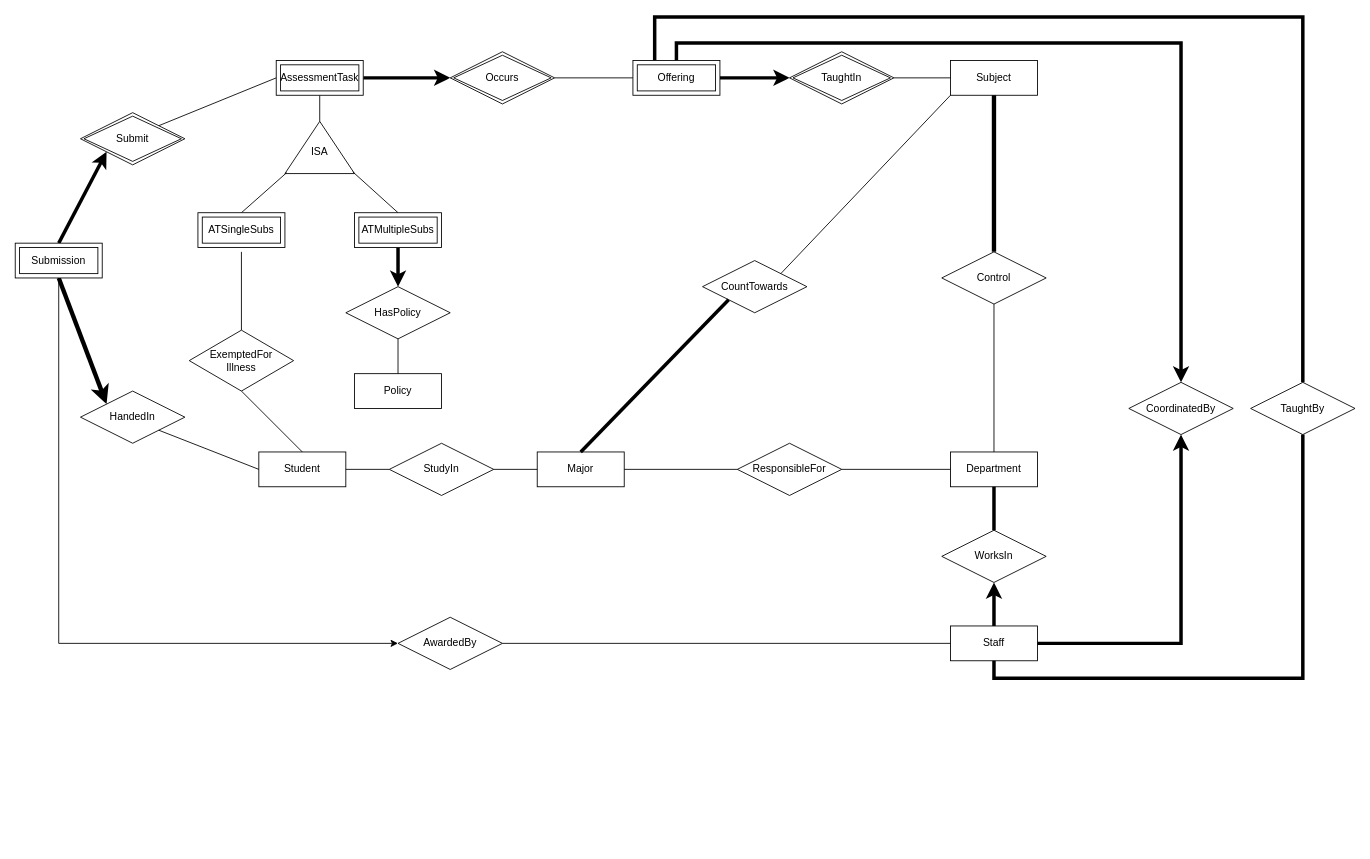
Above: isys2120a2.drawio in NguyenChHieu/graphs (draw.io), before the change. Source tidied: cells renumbered, new cells numbered last; positions are measured from the earlier drawing's top-left corner, leaving out a move shared by most shapes. Both pictures are drawn from the tidied source at 87%, with x=0, y=0 at pixel (15, 17).
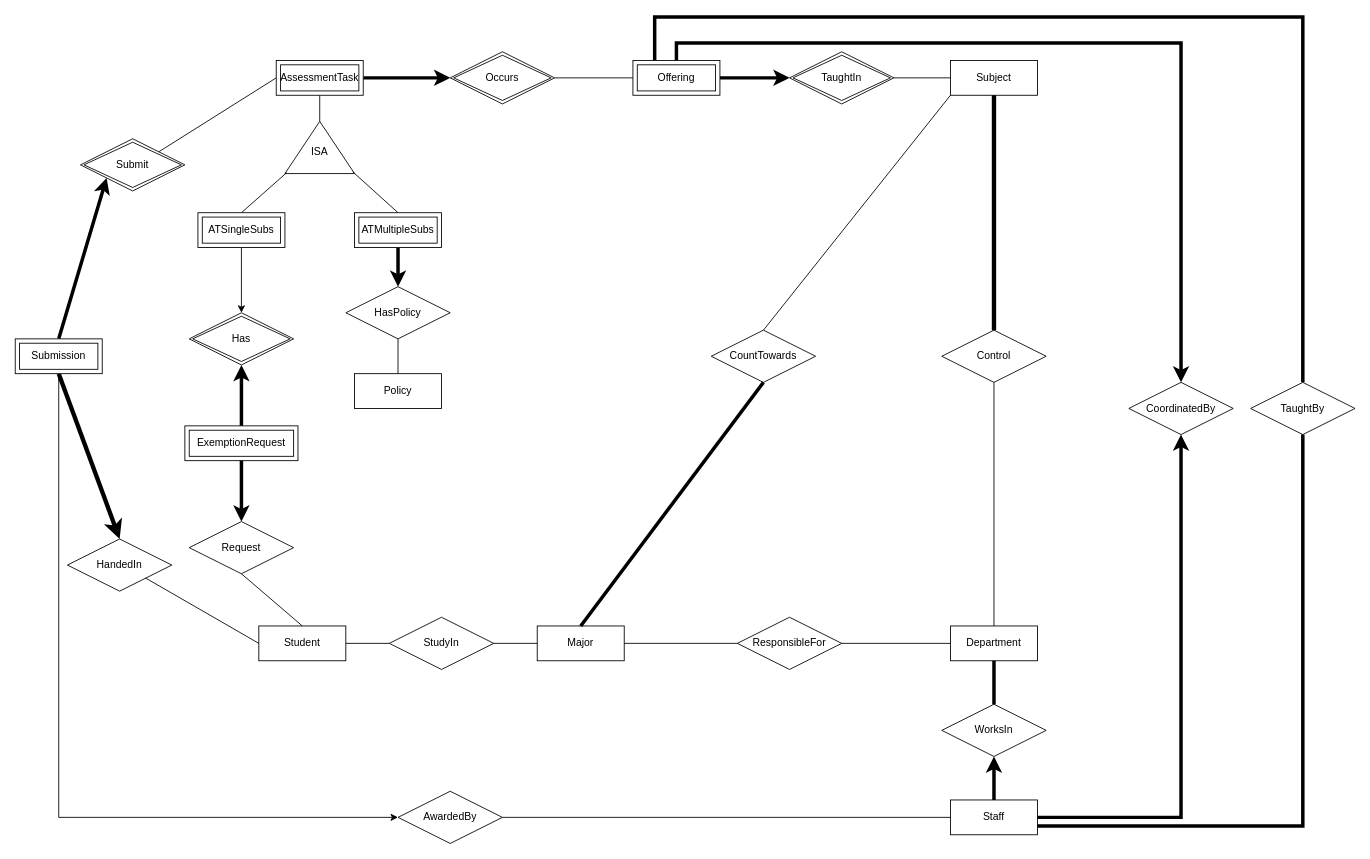
Above is the later version.

The change refers to these unchanged cells:
```xml
<mxCell id="4" value="Subject" style="whiteSpace=wrap;html=1;align=center;" parent="1" vertex="1">
  <mxGeometry x="1075" y="50" width="100" height="40" as="geometry" />
</mxCell>
<mxCell id="46" value="CoordinatedBy" style="shape=rhombus;perimeter=rhombusPerimeter;whiteSpace=wrap;html=1;align=center;" parent="1" vertex="1">
  <mxGeometry x="1280" y="420" width="120" height="60" as="geometry" />
</mxCell>
<mxCell id="49" value="TaughtBy" style="shape=rhombus;perimeter=rhombusPerimeter;whiteSpace=wrap;html=1;align=center;" parent="1" vertex="1">
  <mxGeometry x="1420" y="420" width="120" height="60" as="geometry" />
</mxCell>
<mxCell id="58" value="ATSingleSubs" style="shape=ext;margin=3;double=1;whiteSpace=wrap;html=1;align=center;" parent="1" vertex="1">
  <mxGeometry x="210" y="225" width="100" height="40" as="geometry" />
</mxCell>
```

Change to the diagram source:
```diff
@@
     <mxCell id="2" value="Student" style="whiteSpace=wrap;html=1;align=center;" parent="1" vertex="1">
-      <mxGeometry x="280" y="500" width="100" height="40" as="geometry" />
+      <mxGeometry x="280" y="700" width="100" height="40" as="geometry" />
     </mxCell>
     <mxCell id="3" value="Staff" style="whiteSpace=wrap;html=1;align=center;" parent="1" vertex="1">
-      <mxGeometry x="1075" y="700" width="100" height="40" as="geometry" />
+      <mxGeometry x="1075" y="900" width="100" height="40" as="geometry" />
     </mxCell>
@@
     <mxCell id="5" value="Department" style="whiteSpace=wrap;html=1;align=center;" parent="1" vertex="1">
-      <mxGeometry x="1075" y="500" width="100" height="40" as="geometry" />
+      <mxGeometry x="1075" y="700" width="100" height="40" as="geometry" />
     </mxCell>
     <mxCell id="6" value="Major" style="whiteSpace=wrap;html=1;align=center;" parent="1" vertex="1">
-      <mxGeometry x="600" y="500" width="100" height="40" as="geometry" />
+      <mxGeometry x="600" y="700" width="100" height="40" as="geometry" />
     </mxCell>
     <mxCell id="7" value="StudyIn" style="shape=rhombus;perimeter=rhombusPerimeter;whiteSpace=wrap;html=1;align=center;" parent="1" vertex="1">
-      <mxGeometry x="430" y="490" width="120" height="60" as="geometry" />
+      <mxGeometry x="430" y="690" width="120" height="60" as="geometry" />
     </mxCell>
@@
     <mxCell id="10" value="WorksIn" style="shape=rhombus;perimeter=rhombusPerimeter;whiteSpace=wrap;html=1;align=center;" parent="1" vertex="1">
-      <mxGeometry x="1065" y="590" width="120" height="60" as="geometry" />
+      <mxGeometry x="1065" y="790" width="120" height="60" as="geometry" />
     </mxCell>
@@
     <mxCell id="13" value="Control" style="shape=rhombus;perimeter=rhombusPerimeter;whiteSpace=wrap;html=1;align=center;" parent="1" vertex="1">
-      <mxGeometry x="1065" y="270" width="120" height="60" as="geometry" />
+      <mxGeometry x="1065" y="360" width="120" height="60" as="geometry" />
     </mxCell>
@@
     <mxCell id="16" value="HandedIn" style="shape=rhombus;perimeter=rhombusPerimeter;whiteSpace=wrap;html=1;align=center;" parent="1" vertex="1">
-      <mxGeometry x="75" y="430" width="120" height="60" as="geometry" />
+      <mxGeometry x="60" y="600" width="120" height="60" as="geometry" />
     </mxCell>
@@
     <mxCell id="20" value="ResponsibleFor" style="shape=rhombus;perimeter=rhombusPerimeter;whiteSpace=wrap;html=1;align=center;" parent="1" vertex="1">
-      <mxGeometry x="830" y="490" width="120" height="60" as="geometry" />
+      <mxGeometry x="830" y="690" width="120" height="60" as="geometry" />
     </mxCell>
@@
-    <mxCell id="30" style="endArrow=classic;html=1;rounded=0;exitX=0.5;exitY=0;exitDx=0;exitDy=0;entryX=0;entryY=1;entryDx=0;entryDy=0;strokeWidth=4;" parent="1" edge="1" target="57">
-      <mxGeometry relative="1" as="geometry">
-        <mxPoint x="50" y="260" as="sourcePoint" />
-      </mxGeometry>
+    <mxCell id="30" style="endArrow=classic;html=1;rounded=0;exitX=0.5;exitY=0;exitDx=0;exitDy=0;entryX=0;entryY=1;entryDx=0;entryDy=0;strokeWidth=4;" parent="1" edge="1" source="55" target="57">
+      <mxGeometry relative="1" as="geometry" />
     </mxCell>
@@
-    <mxCell id="32" style="endArrow=classic;html=1;rounded=0;exitX=0.5;exitY=1;exitDx=0;exitDy=0;entryX=0;entryY=0;entryDx=0;entryDy=0;strokeWidth=5;" parent="1" edge="1" target="16">
-      <mxGeometry relative="1" as="geometry">
-        <mxPoint x="50" y="300" as="sourcePoint" />
-      </mxGeometry>
+    <mxCell id="32" style="endArrow=classic;html=1;rounded=0;exitX=0.5;exitY=1;exitDx=0;exitDy=0;entryX=0.5;entryY=0;entryDx=0;entryDy=0;strokeWidth=5;" parent="1" edge="1" source="55" target="16">
+      <mxGeometry relative="1" as="geometry" />
     </mxCell>
     <mxCell id="33" value="AwardedBy" style="shape=rhombus;perimeter=rhombusPerimeter;whiteSpace=wrap;html=1;align=center;" parent="1" vertex="1">
-      <mxGeometry x="440" y="690" width="120" height="60" as="geometry" />
+      <mxGeometry x="440" y="890" width="120" height="60" as="geometry" />
     </mxCell>
-    <mxCell id="34" style="endArrow=classic;html=1;rounded=0;exitX=0.5;exitY=1;exitDx=0;exitDy=0;entryX=0;entryY=0.5;entryDx=0;entryDy=0;" parent="1" edge="1" target="33">
+    <mxCell id="34" style="endArrow=classic;html=1;rounded=0;exitX=0.5;exitY=1;exitDx=0;exitDy=0;entryX=0;entryY=0.5;entryDx=0;entryDy=0;" parent="1" edge="1" source="55" target="33">
       <mxGeometry relative="1" as="geometry">
-        <mxPoint x="50" y="300" as="sourcePoint" />
         <Array as="points">
-          <mxPoint x="50" y="720" />
+          <mxPoint x="50" y="920" />
         </Array>
       </mxGeometry>
     </mxCell>
@@
-    <mxCell id="36" value="ExemptedFor&lt;div&gt;Illness&lt;/div&gt;" style="shape=rhombus;perimeter=rhombusPerimeter;whiteSpace=wrap;html=1;align=center;" parent="1" vertex="1">
-      <mxGeometry x="200" y="360" width="120" height="70" as="geometry" />
-    </mxCell>
-    <mxCell id="37" style="endArrow=none;html=1;rounded=0;exitX=0.5;exitY=0;exitDx=0;exitDy=0;entryX=0.5;entryY=1;entryDx=0;entryDy=0;" parent="1" edge="1" source="2" target="36">
-      <mxGeometry relative="1" as="geometry" />
-    </mxCell>
-    <mxCell id="38" style="endArrow=none;html=1;rounded=0;entryX=0.5;entryY=1;entryDx=0;entryDy=0;exitX=0.5;exitY=0;exitDx=0;exitDy=0;" parent="1" edge="1" source="36">
-      <mxGeometry relative="1" as="geometry">
-        <mxPoint x="260" y="270" as="targetPoint" />
-      </mxGeometry>
-    </mxCell>
@@
     <mxCell id="43" value="CountTowards" style="shape=rhombus;perimeter=rhombusPerimeter;whiteSpace=wrap;html=1;align=center;" parent="1" vertex="1">
-      <mxGeometry x="790" y="280" width="120" height="60" as="geometry" />
+      <mxGeometry x="800" y="360" width="120" height="60" as="geometry" />
     </mxCell>
-    <mxCell id="44" style="endArrow=none;html=1;rounded=0;exitX=0.5;exitY=0;exitDx=0;exitDy=0;entryX=0;entryY=1;entryDx=0;entryDy=0;strokeWidth=4;" parent="1" edge="1" source="6" target="43">
+    <mxCell id="44" style="endArrow=none;html=1;rounded=0;exitX=0.5;exitY=0;exitDx=0;exitDy=0;entryX=0.5;entryY=1;entryDx=0;entryDy=0;strokeWidth=4;" parent="1" edge="1" source="6" target="43">
       <mxGeometry relative="1" as="geometry" />
     </mxCell>
-    <mxCell id="45" style="endArrow=none;html=1;rounded=0;entryX=0;entryY=1;entryDx=0;entryDy=0;exitX=1;exitY=0;exitDx=0;exitDy=0;" parent="1" edge="1" source="43" target="4">
+    <mxCell id="45" style="endArrow=none;html=1;rounded=0;entryX=0;entryY=1;entryDx=0;entryDy=0;exitX=0.5;exitY=0;exitDx=0;exitDy=0;" parent="1" edge="1" source="43" target="4">
       <mxGeometry relative="1" as="geometry" />
     </mxCell>
@@
     <mxCell id="47" style="endArrow=classic;html=1;rounded=0;exitX=1;exitY=0.5;exitDx=0;exitDy=0;entryX=0.5;entryY=1;entryDx=0;entryDy=0;strokeWidth=4;" parent="1" edge="1" source="3" target="46">
       <mxGeometry relative="1" as="geometry">
         <Array as="points">
-          <mxPoint x="1340" y="720" />
+          <mxPoint x="1340" y="920" />
         </Array>
       </mxGeometry>
     </mxCell>
@@
-    <mxCell id="50" style="endArrow=none;html=1;rounded=0;exitX=0.5;exitY=1;exitDx=0;exitDy=0;entryX=0.5;entryY=1;entryDx=0;entryDy=0;strokeWidth=4;" parent="1" edge="1" source="3" target="49">
+    <mxCell id="50" style="endArrow=none;html=1;rounded=0;entryX=0.5;entryY=1;entryDx=0;entryDy=0;strokeWidth=4;exitX=1;exitY=0.75;exitDx=0;exitDy=0;" parent="1" edge="1" source="3" target="49">
       <mxGeometry relative="1" as="geometry">
         <Array as="points">
-          <mxPoint x="1125" y="760" />
-          <mxPoint x="1480" y="760" />
+          <mxPoint x="1480" y="930" />
         </Array>
       </mxGeometry>
     </mxCell>
@@
     <mxCell id="55" value="Submission" style="shape=ext;margin=3;double=1;whiteSpace=wrap;html=1;align=center;" parent="1" vertex="1">
-      <mxGeometry y="260" width="100" height="40" as="geometry" />
+      <mxGeometry y="370" width="100" height="40" as="geometry" />
     </mxCell>
@@
     <mxCell id="57" value="Submit" style="shape=rhombus;double=1;perimeter=rhombusPerimeter;whiteSpace=wrap;html=1;align=center;" parent="1" vertex="1">
-      <mxGeometry x="75" y="110" width="120" height="60" as="geometry" />
+      <mxGeometry x="75" y="140" width="120" height="60" as="geometry" />
     </mxCell>
@@
+    <mxCell id="60" value="Request" style="shape=rhombus;perimeter=rhombusPerimeter;whiteSpace=wrap;html=1;align=center;" parent="1" vertex="1">
+      <mxGeometry x="200" y="580" width="120" height="60" as="geometry" />
+    </mxCell>
+    <mxCell id="61" style="endArrow=classic;html=1;rounded=0;exitX=0.5;exitY=1;exitDx=0;exitDy=0;entryX=0.5;entryY=0;entryDx=0;entryDy=0;" parent="1" edge="1" source="58" target="64">
+      <mxGeometry relative="1" as="geometry" />
+    </mxCell>
+    <mxCell id="62" style="endArrow=classic;html=1;rounded=0;exitX=0.5;exitY=0;exitDx=0;exitDy=0;entryX=0.5;entryY=1;entryDx=0;entryDy=0;strokeWidth=4;" parent="1" edge="1" source="63" target="64">
+      <mxGeometry relative="1" as="geometry" />
+    </mxCell>
+    <mxCell id="63" value="ExemptionRequest" style="shape=ext;margin=3;double=1;whiteSpace=wrap;html=1;align=center;" parent="1" vertex="1">
+      <mxGeometry x="195" y="470" width="130" height="40" as="geometry" />
+    </mxCell>
+    <mxCell id="64" value="Has" style="shape=rhombus;double=1;perimeter=rhombusPerimeter;whiteSpace=wrap;html=1;align=center;" parent="1" vertex="1">
+      <mxGeometry x="200" y="340" width="120" height="60" as="geometry" />
+    </mxCell>
+    <mxCell id="65" style="endArrow=none;html=1;rounded=0;exitX=0.5;exitY=1;exitDx=0;exitDy=0;entryX=0.5;entryY=0;entryDx=0;entryDy=0;" parent="1" edge="1" source="60" target="2">
+      <mxGeometry relative="1" as="geometry" />
+    </mxCell>
+    <mxCell id="66" style="endArrow=classic;html=1;rounded=0;exitX=0.5;exitY=1;exitDx=0;exitDy=0;entryX=0.5;entryY=0;entryDx=0;entryDy=0;strokeWidth=4;" parent="1" edge="1" source="63" target="60">
+      <mxGeometry relative="1" as="geometry" />
+    </mxCell>
```
